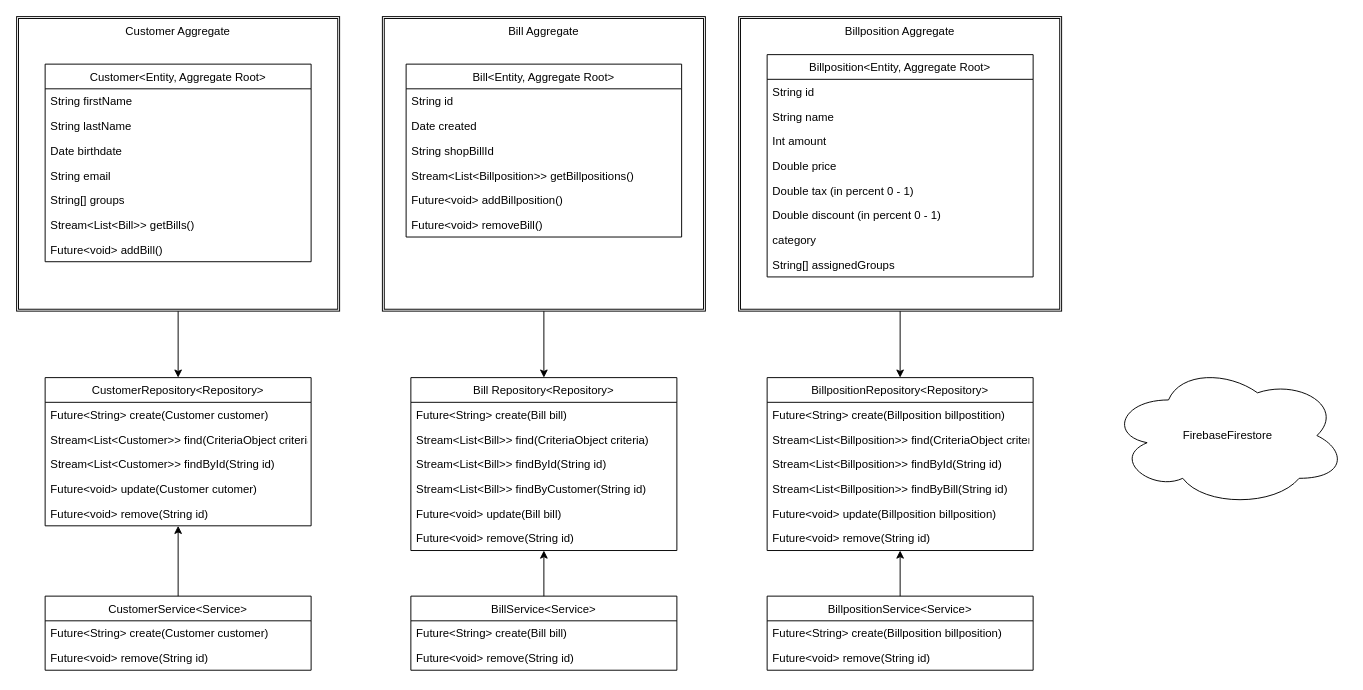
This is docs/ClassDiagram.drawio from jangrunicke/Billsolution, a draw.io file, before an edit. Source tidied: cells renumbered, new cells numbered last; positions are measured from the earlier drawing's top-left corner, leaving out a move shared by most shapes. Both pictures are drawn from the tidied source at 95%, with x=0, y=0 at pixel (16, 16).
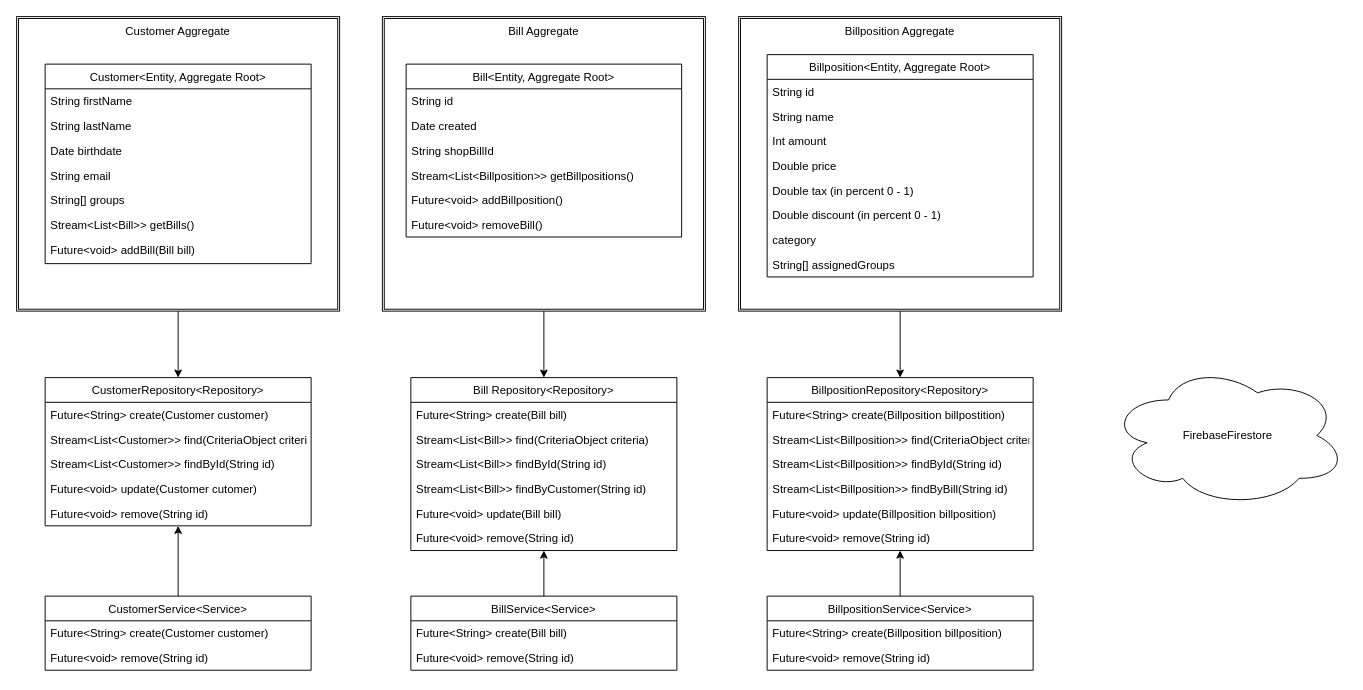
Above is the later version.

Commit message (it also covers changes not shown here):
router fix and diagram update

What changed in the source:
```diff
@@
     <mxCell id="8" value="Customer&lt;Entity, Aggregate Root&gt;" style="swimlane;fontStyle=0;horizontal=1;startSize=26;fillColor=none;" parent="1" vertex="1">
-      <mxGeometry x="30" y="50" width="280" height="208" as="geometry" />
+      <mxGeometry x="30" y="50" width="280" height="210" as="geometry" />
     </mxCell>
@@
-    <mxCell id="15" value="Future&lt;void&gt; addBill()" style="text;strokeColor=none;fillColor=none;align=left;verticalAlign=top;spacingLeft=4;spacingRight=4;overflow=hidden;" parent="8" vertex="1">
-      <mxGeometry y="182" width="280" height="26" as="geometry" />
+    <mxCell id="15" value="Future&lt;void&gt; addBill(Bill bill)" style="text;strokeColor=none;fillColor=none;align=left;verticalAlign=top;spacingLeft=4;spacingRight=4;overflow=hidden;" parent="8" vertex="1">
+      <mxGeometry y="182" width="280" height="28" as="geometry" />
     </mxCell>
```
